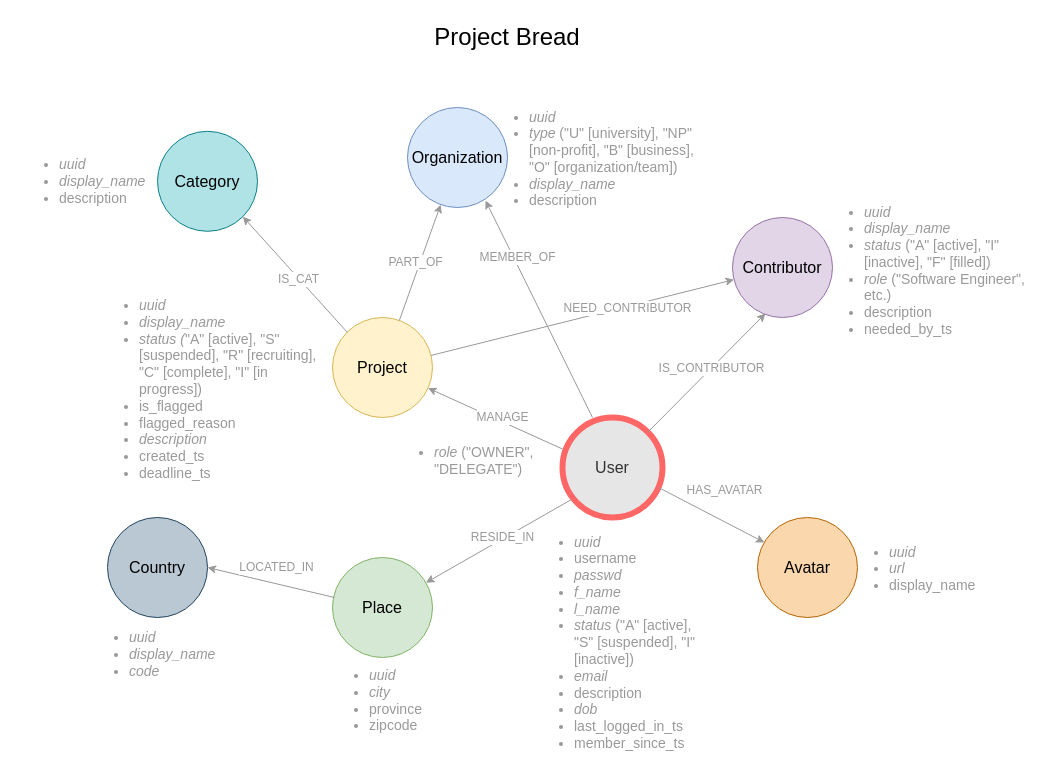
indecisiveid/bread-neverthanksupport keeps this draw.io diagram as page "Data Model" (2 of 2) of docs/project_bread_v0-1.drawio. Above is the earlier version. Source tidied: cells renumbered, new cells numbered last; positions are measured from the earlier drawing's top-left corner, leaving out a move shared by most shapes. Both pictures are drawn from the tidied source at 100%, with x=0, y=0 at pixel (17, 17).
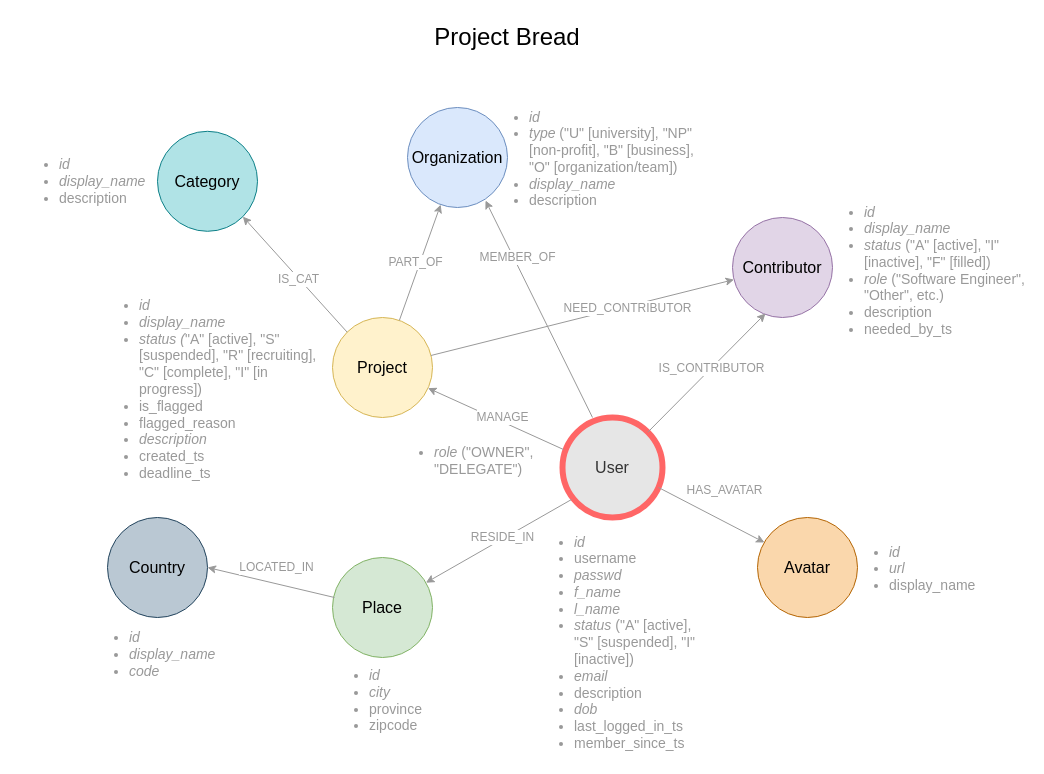
The same diagram, later.

Diff of the diagram source:
```diff
@@
-    <mxCell id="11" value="&lt;ul&gt;&lt;li&gt;&lt;span&gt;&lt;i&gt;uuid&lt;/i&gt;&lt;/span&gt;&lt;/li&gt;&lt;li&gt;&lt;span&gt;username&lt;/span&gt;&lt;br&gt;&lt;/li&gt;&lt;li&gt;&lt;span&gt;&lt;i&gt;passwd&lt;/i&gt;&lt;/span&gt;&lt;/li&gt;&lt;li&gt;&lt;i&gt;f_name&lt;/i&gt;&lt;/li&gt;&lt;li&gt;&lt;i&gt;l_name&lt;/i&gt;&lt;/li&gt;&lt;li&gt;&lt;i&gt;status&lt;/i&gt; (&quot;A&quot; [active], &quot;S&quot; [suspended], &quot;I&quot; [inactive])&lt;/li&gt;&lt;li&gt;&lt;i&gt;email&lt;/i&gt;&lt;/li&gt;&lt;li&gt;description&lt;/li&gt;&lt;li&gt;&lt;i&gt;dob&lt;/i&gt;&lt;/li&gt;&lt;li&gt;last_logged_in_ts&lt;/li&gt;&lt;li&gt;member_since_ts&lt;/li&gt;&lt;/ul&gt;" style="text;strokeColor=none;fillColor=none;html=1;whiteSpace=wrap;verticalAlign=middle;overflow=hidden;fontSize=14;fontColor=#999999;" parent="1" vertex="1">
+    <mxCell id="11" value="&lt;ul&gt;&lt;li&gt;&lt;span&gt;&lt;i&gt;id&lt;/i&gt;&lt;/span&gt;&lt;/li&gt;&lt;li&gt;&lt;span&gt;username&lt;/span&gt;&lt;br&gt;&lt;/li&gt;&lt;li&gt;&lt;span&gt;&lt;i&gt;passwd&lt;/i&gt;&lt;/span&gt;&lt;/li&gt;&lt;li&gt;&lt;i&gt;f_name&lt;/i&gt;&lt;/li&gt;&lt;li&gt;&lt;i&gt;l_name&lt;/i&gt;&lt;/li&gt;&lt;li&gt;&lt;i&gt;status&lt;/i&gt; (&quot;A&quot; [active], &quot;S&quot; [suspended], &quot;I&quot; [inactive])&lt;/li&gt;&lt;li&gt;&lt;i&gt;email&lt;/i&gt;&lt;/li&gt;&lt;li&gt;description&lt;/li&gt;&lt;li&gt;&lt;i&gt;dob&lt;/i&gt;&lt;/li&gt;&lt;li&gt;last_logged_in_ts&lt;/li&gt;&lt;li&gt;member_since_ts&lt;/li&gt;&lt;/ul&gt;" style="text;strokeColor=none;fillColor=none;html=1;whiteSpace=wrap;verticalAlign=middle;overflow=hidden;fontSize=14;fontColor=#999999;" parent="1" vertex="1">
       <mxGeometry x="515" y="500" width="175" height="240" as="geometry" />
     </mxCell>
-    <mxCell id="12" value="&lt;ul&gt;&lt;li&gt;&lt;span&gt;&lt;i&gt;uuid&lt;/i&gt;&lt;/span&gt;&lt;/li&gt;&lt;li&gt;&lt;i&gt;display_name&lt;/i&gt;&lt;/li&gt;&lt;li&gt;&lt;i&gt;status (&lt;/i&gt;&quot;A&quot; [active], &quot;S&quot; [suspended], &quot;R&quot; [recruiting], &quot;C&quot; [complete], &quot;I&quot; [in progress])&lt;/li&gt;&lt;li&gt;is_flagged&lt;/li&gt;&lt;li&gt;flagged_reason&lt;/li&gt;&lt;li&gt;&lt;span&gt;&lt;i&gt;description&lt;/i&gt;&lt;/span&gt;&lt;br&gt;&lt;/li&gt;&lt;li&gt;&lt;span&gt;created_ts&lt;/span&gt;&lt;br&gt;&lt;/li&gt;&lt;li&gt;deadline_ts&lt;/li&gt;&lt;/ul&gt;" style="text;strokeColor=none;fillColor=none;html=1;whiteSpace=wrap;verticalAlign=middle;overflow=hidden;fontSize=14;fontColor=#999999;" parent="1" vertex="1">
+    <mxCell id="12" value="&lt;ul&gt;&lt;li&gt;&lt;i&gt;id&lt;/i&gt;&lt;/li&gt;&lt;li&gt;&lt;i&gt;display_name&lt;/i&gt;&lt;br&gt;&lt;/li&gt;&lt;li&gt;&lt;i&gt;status (&lt;/i&gt;&quot;A&quot; [active], &quot;S&quot; [suspended], &quot;R&quot; [recruiting], &quot;C&quot; [complete], &quot;I&quot; [in progress])&lt;/li&gt;&lt;li&gt;is_flagged&lt;/li&gt;&lt;li&gt;flagged_reason&lt;/li&gt;&lt;li&gt;&lt;span&gt;&lt;i&gt;description&lt;/i&gt;&lt;/span&gt;&lt;br&gt;&lt;/li&gt;&lt;li&gt;&lt;span&gt;created_ts&lt;/span&gt;&lt;br&gt;&lt;/li&gt;&lt;li&gt;deadline_ts&lt;/li&gt;&lt;/ul&gt;" style="text;strokeColor=none;fillColor=none;html=1;whiteSpace=wrap;verticalAlign=middle;overflow=hidden;fontSize=14;fontColor=#999999;" parent="1" vertex="1">
       <mxGeometry x="80" y="263.4" width="230" height="206.6" as="geometry" />
     </mxCell>
-    <mxCell id="13" value="&lt;ul&gt;&lt;li&gt;&lt;span&gt;&lt;i&gt;uuid&lt;/i&gt;&lt;/span&gt;&lt;/li&gt;&lt;li&gt;&lt;i&gt;display_name&lt;/i&gt;&lt;/li&gt;&lt;li&gt;&lt;i&gt;status&lt;/i&gt; (&quot;A&quot; [active], &quot;I&quot; [inactive], &quot;F&quot; [filled])&lt;/li&gt;&lt;li&gt;&lt;i&gt;role&lt;/i&gt; (&quot;Software Engineer&quot;, etc.)&lt;/li&gt;&lt;li&gt;description&lt;/li&gt;&lt;li&gt;needed_by_ts&lt;/li&gt;&lt;/ul&gt;" style="text;strokeColor=none;fillColor=none;html=1;whiteSpace=wrap;verticalAlign=middle;overflow=hidden;fontSize=14;fontColor=#999999;" parent="1" vertex="1">
+    <mxCell id="13" value="&lt;ul&gt;&lt;li&gt;&lt;i&gt;id&lt;/i&gt;&lt;/li&gt;&lt;li&gt;&lt;i&gt;display_name&lt;/i&gt;&lt;br&gt;&lt;/li&gt;&lt;li&gt;&lt;i&gt;status&lt;/i&gt; (&quot;A&quot; [active], &quot;I&quot; [inactive], &quot;F&quot; [filled])&lt;/li&gt;&lt;li&gt;&lt;i&gt;role&lt;/i&gt; (&quot;Software Engineer&quot;, &quot;Other&quot;, etc.)&lt;/li&gt;&lt;li&gt;description&lt;/li&gt;&lt;li&gt;needed_by_ts&lt;/li&gt;&lt;/ul&gt;" style="text;strokeColor=none;fillColor=none;html=1;whiteSpace=wrap;verticalAlign=middle;overflow=hidden;fontSize=14;fontColor=#999999;" parent="1" vertex="1">
       <mxGeometry x="805" y="170" width="205" height="160" as="geometry" />
     </mxCell>
@@
-    <mxCell id="16" value="&lt;ul&gt;&lt;li&gt;&lt;span&gt;&lt;i&gt;uuid&lt;/i&gt;&lt;/span&gt;&lt;/li&gt;&lt;li&gt;&lt;i&gt;type&lt;/i&gt; (&quot;U&quot; [university], &quot;NP&quot; [non-profit], &quot;B&quot; [business], &quot;O&quot; [organization/team])&lt;/li&gt;&lt;li&gt;&lt;i&gt;display_name&lt;/i&gt;&lt;/li&gt;&lt;li&gt;description&lt;/li&gt;&lt;/ul&gt;" style="text;strokeColor=none;fillColor=none;html=1;whiteSpace=wrap;verticalAlign=middle;overflow=hidden;fontSize=14;fontColor=#999999;" parent="1" vertex="1">
+    <mxCell id="16" value="&lt;ul&gt;&lt;li&gt;&lt;span&gt;&lt;i&gt;id&lt;/i&gt;&lt;/span&gt;&lt;/li&gt;&lt;li&gt;&lt;i&gt;type&lt;/i&gt; (&quot;U&quot; [university], &quot;NP&quot; [non-profit], &quot;B&quot; [business], &quot;O&quot; [organization/team])&lt;/li&gt;&lt;li&gt;&lt;i&gt;display_name&lt;/i&gt;&lt;/li&gt;&lt;li&gt;description&lt;/li&gt;&lt;/ul&gt;" style="text;strokeColor=none;fillColor=none;html=1;whiteSpace=wrap;verticalAlign=middle;overflow=hidden;fontSize=14;fontColor=#999999;" parent="1" vertex="1">
       <mxGeometry x="470" y="75" width="220" height="130" as="geometry" />
     </mxCell>
@@
-    <mxCell id="19" value="&lt;ul&gt;&lt;li&gt;&lt;span&gt;&lt;i&gt;uuid&lt;/i&gt;&lt;/span&gt;&lt;/li&gt;&lt;li&gt;&lt;i&gt;city&lt;/i&gt;&lt;/li&gt;&lt;li&gt;province&lt;/li&gt;&lt;li&gt;zipcode&lt;/li&gt;&lt;/ul&gt;" style="text;strokeColor=none;fillColor=none;html=1;whiteSpace=wrap;verticalAlign=middle;overflow=hidden;fontSize=14;fontColor=#999999;" parent="1" vertex="1">
+    <mxCell id="19" value="&lt;ul&gt;&lt;li&gt;&lt;i&gt;id&lt;/i&gt;&lt;/li&gt;&lt;li&gt;&lt;i&gt;city&lt;/i&gt;&lt;br&gt;&lt;/li&gt;&lt;li&gt;province&lt;/li&gt;&lt;li&gt;zipcode&lt;/li&gt;&lt;/ul&gt;" style="text;strokeColor=none;fillColor=none;html=1;whiteSpace=wrap;verticalAlign=middle;overflow=hidden;fontSize=14;fontColor=#999999;" parent="1" vertex="1">
       <mxGeometry x="310" y="633" width="110" height="97" as="geometry" />
     </mxCell>
@@
-    <mxCell id="23" value="&lt;ul&gt;&lt;li&gt;&lt;span&gt;&lt;i&gt;uuid&lt;/i&gt;&lt;/span&gt;&lt;/li&gt;&lt;li&gt;&lt;i&gt;&lt;span&gt;display_name&lt;/span&gt;&lt;br&gt;&lt;/i&gt;&lt;/li&gt;&lt;li&gt;&lt;i&gt;code&lt;/i&gt;&lt;/li&gt;&lt;/ul&gt;" style="text;strokeColor=none;fillColor=none;html=1;whiteSpace=wrap;verticalAlign=middle;overflow=hidden;fontSize=14;fontColor=#999999;" parent="1" vertex="1">
+    <mxCell id="23" value="&lt;ul&gt;&lt;li&gt;&lt;i&gt;id&lt;/i&gt;&lt;/li&gt;&lt;li&gt;&lt;i&gt;&lt;span&gt;display_name&lt;/span&gt;&lt;br&gt;&lt;/i&gt;&lt;/li&gt;&lt;li&gt;&lt;i&gt;code&lt;/i&gt;&lt;/li&gt;&lt;/ul&gt;" style="text;strokeColor=none;fillColor=none;html=1;whiteSpace=wrap;verticalAlign=middle;overflow=hidden;fontSize=14;fontColor=#999999;" parent="1" vertex="1">
       <mxGeometry x="70" y="582" width="140" height="110" as="geometry" />
     </mxCell>
@@
-    <mxCell id="27" value="&lt;ul&gt;&lt;li&gt;&lt;span&gt;&lt;i&gt;uuid&lt;/i&gt;&lt;/span&gt;&lt;/li&gt;&lt;li&gt;&lt;i&gt;display_name&lt;/i&gt;&lt;/li&gt;&lt;li&gt;description&lt;/li&gt;&lt;/ul&gt;" style="text;strokeColor=none;fillColor=none;html=1;whiteSpace=wrap;verticalAlign=middle;overflow=hidden;fontSize=14;fontColor=#999999;" parent="1" vertex="1">
+    <mxCell id="27" value="&lt;ul&gt;&lt;li&gt;&lt;span&gt;&lt;i&gt;id&lt;/i&gt;&lt;/span&gt;&lt;/li&gt;&lt;li&gt;&lt;i&gt;display_name&lt;/i&gt;&lt;/li&gt;&lt;li&gt;description&lt;/li&gt;&lt;/ul&gt;" style="text;strokeColor=none;fillColor=none;html=1;whiteSpace=wrap;verticalAlign=middle;overflow=hidden;fontSize=14;fontColor=#999999;" parent="1" vertex="1">
       <mxGeometry y="118.8" width="145" height="90" as="geometry" />
     </mxCell>
@@
-    <mxCell id="31" value="&lt;ul&gt;&lt;li&gt;&lt;span&gt;&lt;i&gt;uuid&lt;/i&gt;&lt;/span&gt;&lt;/li&gt;&lt;li&gt;&lt;i&gt;url&lt;/i&gt;&lt;/li&gt;&lt;li&gt;display_name&lt;/li&gt;&lt;/ul&gt;" style="text;strokeColor=none;fillColor=none;html=1;whiteSpace=wrap;verticalAlign=middle;overflow=hidden;fontSize=14;fontColor=#999999;" parent="1" vertex="1">
+    <mxCell id="31" value="&lt;ul&gt;&lt;li&gt;&lt;i&gt;id&lt;/i&gt;&lt;/li&gt;&lt;li&gt;&lt;i&gt;url&lt;/i&gt;&lt;br&gt;&lt;/li&gt;&lt;li&gt;display_name&lt;/li&gt;&lt;/ul&gt;" style="text;strokeColor=none;fillColor=none;html=1;whiteSpace=wrap;verticalAlign=middle;overflow=hidden;fontSize=14;fontColor=#999999;" parent="1" vertex="1">
       <mxGeometry x="830" y="510" width="167.5" height="80" as="geometry" />
     </mxCell>
```
